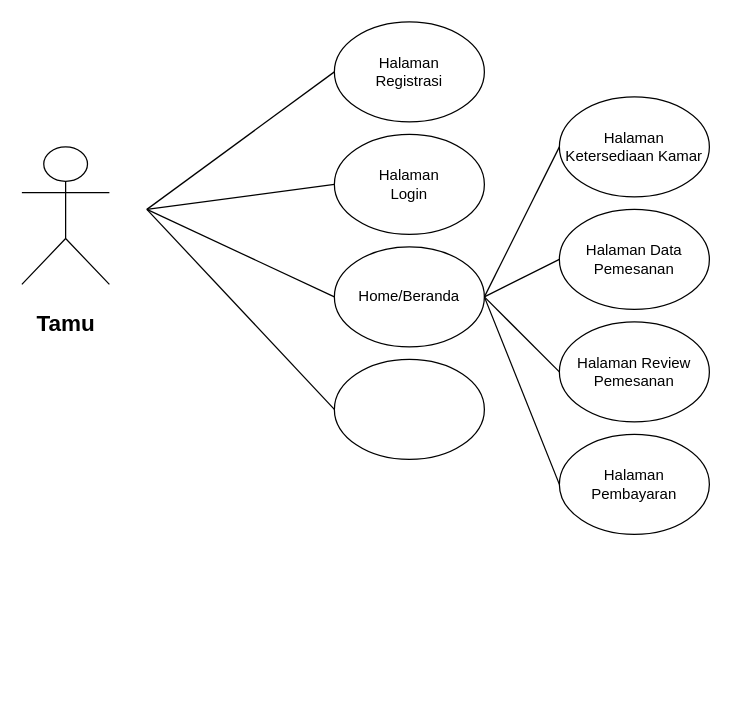
The draw.io diagram MPA_TGS02_5190411571.drawio in WijayaHendy/http-purwandias.github.io, before the edit. Source tidied: cells renumbered, new cells numbered last; positions are measured from the earlier drawing's top-left corner, leaving out a move shared by most shapes. Both pictures are drawn from the tidied source at 125%, with x=0, y=0 at pixel (21, 21).
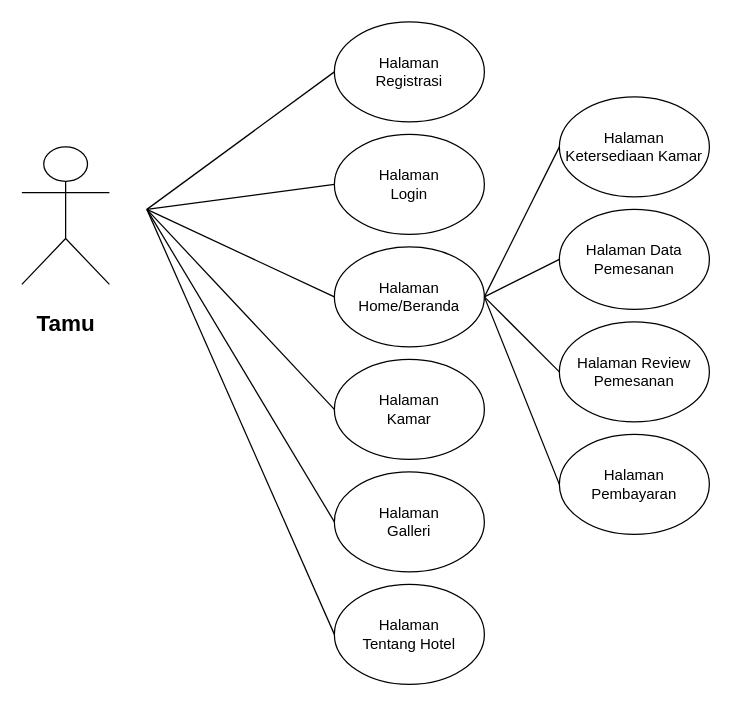
The same diagram, later.

What changed in the source:
```diff
@@
-    <mxCell id="9" value="Home/Beranda" style="ellipse;whiteSpace=wrap;html=1;" parent="1" vertex="1">
+    <mxCell id="9" value="Halaman&lt;br&gt;Home/Beranda" style="ellipse;whiteSpace=wrap;html=1;" parent="1" vertex="1">
       <mxGeometry x="250" y="180" width="120" height="80" as="geometry" />
     </mxCell>
-    <mxCell id="10" style="ellipse;whiteSpace=wrap;html=1;" parent="1" vertex="1">
+    <mxCell id="10" value="Halaman&lt;br&gt;Kamar" style="ellipse;whiteSpace=wrap;html=1;" parent="1" vertex="1">
       <mxGeometry x="250" y="270" width="120" height="80" as="geometry" />
     </mxCell>
@@
+    <mxCell id="19" value="Halaman&lt;br&gt;Galleri" style="ellipse;whiteSpace=wrap;html=1;" parent="1" vertex="1">
+      <mxGeometry x="250" y="360" width="120" height="80" as="geometry" />
+    </mxCell>
+    <mxCell id="20" value="Halaman&lt;br&gt;Tentang Hotel" style="ellipse;whiteSpace=wrap;html=1;" parent="1" vertex="1">
+      <mxGeometry x="250" y="450" width="120" height="80" as="geometry" />
+    </mxCell>
+    <mxCell id="21" style="endArrow=none;html=1;entryX=0;entryY=0.5;entryDx=0;entryDy=0;" parent="1" edge="1" target="19">
+      <mxGeometry relative="1" as="geometry">
+        <mxPoint x="100" y="150" as="sourcePoint" />
+      </mxGeometry>
+    </mxCell>
+    <mxCell id="22" style="endArrow=none;html=1;entryX=0;entryY=0.5;entryDx=0;entryDy=0;" parent="1" edge="1" target="20">
+      <mxGeometry relative="1" as="geometry">
+        <mxPoint x="100" y="150" as="sourcePoint" />
+      </mxGeometry>
+    </mxCell>
```
